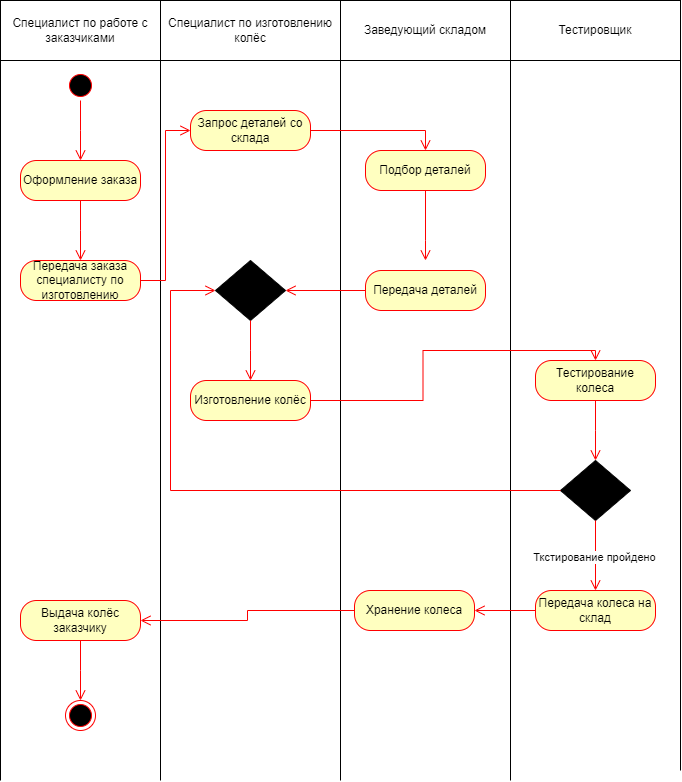
This is деятельность.png from Involuntar/Test, a draw.io export, as it was before one commit. Source tidied: cells renumbered, new cells last; positions are measured from the earlier drawing's top-left corner, leaving out a move shared by most shapes. Source of this version:
```xml
<mxGraphModel>
  <root>
    <mxCell id="0" />
    <mxCell id="1" parent="0" />
    <mxCell id="2" value="Специалист по работе с заказчиками" style="rounded=0;whiteSpace=wrap;html=1;" parent="1" vertex="1">
      <mxGeometry width="160" height="60" as="geometry" />
    </mxCell>
    <mxCell id="3" value="Специалист по изготовлению колёс" style="rounded=0;whiteSpace=wrap;html=1;" parent="1" vertex="1">
      <mxGeometry x="160" width="180" height="60" as="geometry" />
    </mxCell>
    <mxCell id="4" value="Заведующий складом" style="rounded=0;whiteSpace=wrap;html=1;" parent="1" vertex="1">
      <mxGeometry x="340" width="170" height="60" as="geometry" />
    </mxCell>
    <mxCell id="5" value="Тестировщик" style="rounded=0;whiteSpace=wrap;html=1;" parent="1" vertex="1">
      <mxGeometry x="510" width="170" height="60" as="geometry" />
    </mxCell>
    <mxCell id="6" style="endArrow=none;html=1;rounded=0;entryX=0;entryY=1;entryDx=0;entryDy=0;" parent="1" edge="1" target="3">
      <mxGeometry relative="1" as="geometry">
        <mxPoint x="160" y="780" as="sourcePoint" />
      </mxGeometry>
    </mxCell>
    <mxCell id="7" style="endArrow=none;html=1;rounded=0;entryX=0;entryY=1;entryDx=0;entryDy=0;" parent="1" edge="1" target="2">
      <mxGeometry relative="1" as="geometry">
        <mxPoint y="780" as="sourcePoint" />
      </mxGeometry>
    </mxCell>
    <mxCell id="8" style="endArrow=none;html=1;rounded=0;entryX=0;entryY=1;entryDx=0;entryDy=0;" parent="1" edge="1" target="4">
      <mxGeometry relative="1" as="geometry">
        <mxPoint x="340" y="780" as="sourcePoint" />
      </mxGeometry>
    </mxCell>
    <mxCell id="9" style="endArrow=none;html=1;rounded=0;entryX=0;entryY=1;entryDx=0;entryDy=0;" parent="1" edge="1" target="5">
      <mxGeometry relative="1" as="geometry">
        <mxPoint x="510" y="780" as="sourcePoint" />
      </mxGeometry>
    </mxCell>
    <mxCell id="10" style="endArrow=none;html=1;rounded=0;entryX=1;entryY=1;entryDx=0;entryDy=0;" parent="1" edge="1" target="5">
      <mxGeometry relative="1" as="geometry">
        <mxPoint x="680" y="770" as="sourcePoint" />
      </mxGeometry>
    </mxCell>
    <mxCell id="11" style="ellipse;html=1;shape=startState;fillColor=#000000;strokeColor=#ff0000;" parent="1" vertex="1">
      <mxGeometry x="65" y="70" width="30" height="30" as="geometry" />
    </mxCell>
    <mxCell id="12" style="edgeStyle=orthogonalEdgeStyle;html=1;verticalAlign=bottom;endArrow=open;endSize=8;strokeColor=#ff0000;rounded=0;" parent="1" edge="1" source="11">
      <mxGeometry relative="1" as="geometry">
        <mxPoint x="80" y="160" as="targetPoint" />
      </mxGeometry>
    </mxCell>
    <mxCell id="13" value="Оформление заказа" style="rounded=1;whiteSpace=wrap;html=1;arcSize=40;fontColor=#000000;fillColor=#ffffc0;strokeColor=#ff0000;" parent="1" vertex="1">
      <mxGeometry x="20" y="160" width="120" height="40" as="geometry" />
    </mxCell>
    <mxCell id="14" style="edgeStyle=orthogonalEdgeStyle;html=1;verticalAlign=bottom;endArrow=open;endSize=8;strokeColor=#ff0000;rounded=0;" parent="1" edge="1" source="13">
      <mxGeometry relative="1" as="geometry">
        <mxPoint x="80" y="260" as="targetPoint" />
      </mxGeometry>
    </mxCell>
    <mxCell id="15" value="Передача заказа специалисту по изготовлению" style="rounded=1;whiteSpace=wrap;html=1;arcSize=40;fontColor=#000000;fillColor=#ffffc0;strokeColor=#ff0000;" parent="1" vertex="1">
      <mxGeometry x="20" y="260" width="120" height="40" as="geometry" />
    </mxCell>
    <mxCell id="16" style="edgeStyle=orthogonalEdgeStyle;html=1;verticalAlign=bottom;endArrow=open;endSize=8;strokeColor=#ff0000;rounded=0;entryX=0;entryY=0.5;entryDx=0;entryDy=0;" parent="1" edge="1" source="15" target="17">
      <mxGeometry relative="1" as="geometry" />
    </mxCell>
    <mxCell id="17" value="Запрос деталей со склада" style="rounded=1;whiteSpace=wrap;html=1;arcSize=40;fontColor=#000000;fillColor=#ffffc0;strokeColor=#ff0000;" parent="1" vertex="1">
      <mxGeometry x="190" y="110" width="120" height="40" as="geometry" />
    </mxCell>
    <mxCell id="18" style="edgeStyle=orthogonalEdgeStyle;html=1;verticalAlign=bottom;endArrow=open;endSize=8;strokeColor=#ff0000;rounded=0;entryX=0.5;entryY=0;entryDx=0;entryDy=0;" parent="1" edge="1" source="17" target="19">
      <mxGeometry relative="1" as="geometry" />
    </mxCell>
    <mxCell id="19" value="Подбор деталей" style="rounded=1;whiteSpace=wrap;html=1;arcSize=40;fontColor=#000000;fillColor=#ffffc0;strokeColor=#ff0000;" parent="1" vertex="1">
      <mxGeometry x="365" y="150" width="120" height="40" as="geometry" />
    </mxCell>
    <mxCell id="20" style="edgeStyle=orthogonalEdgeStyle;html=1;verticalAlign=bottom;endArrow=open;endSize=8;strokeColor=#ff0000;rounded=0;" parent="1" edge="1" source="19">
      <mxGeometry relative="1" as="geometry">
        <mxPoint x="425" y="260" as="targetPoint" />
        <Array as="points">
          <mxPoint x="425" y="240" />
          <mxPoint x="425" y="240" />
        </Array>
      </mxGeometry>
    </mxCell>
    <mxCell id="21" value="Передача деталей" style="rounded=1;whiteSpace=wrap;html=1;arcSize=40;fontColor=#000000;fillColor=#ffffc0;strokeColor=#ff0000;" parent="1" vertex="1">
      <mxGeometry x="365" y="270" width="120" height="40" as="geometry" />
    </mxCell>
    <mxCell id="22" style="edgeStyle=orthogonalEdgeStyle;html=1;verticalAlign=bottom;endArrow=open;endSize=8;strokeColor=#ff0000;rounded=0;entryX=1;entryY=0.5;entryDx=0;entryDy=0;" parent="1" edge="1" source="21" target="23">
      <mxGeometry relative="1" as="geometry" />
    </mxCell>
    <mxCell id="23" style="rhombus;whiteSpace=wrap;html=1;fillColor=#000000;" parent="1" vertex="1">
      <mxGeometry x="215" y="260" width="70" height="60" as="geometry" />
    </mxCell>
    <mxCell id="24" style="edgeStyle=orthogonalEdgeStyle;html=1;verticalAlign=bottom;endArrow=open;endSize=8;strokeColor=#ff0000;rounded=0;exitX=0.5;exitY=1;exitDx=0;exitDy=0;" parent="1" edge="1" source="23">
      <mxGeometry relative="1" as="geometry">
        <mxPoint x="250" y="380" as="targetPoint" />
      </mxGeometry>
    </mxCell>
    <mxCell id="25" value="Изготовление колёс" style="rounded=1;whiteSpace=wrap;html=1;arcSize=40;fontColor=#000000;fillColor=#ffffc0;strokeColor=#ff0000;" parent="1" vertex="1">
      <mxGeometry x="190" y="380" width="120" height="40" as="geometry" />
    </mxCell>
    <mxCell id="26" style="edgeStyle=orthogonalEdgeStyle;html=1;verticalAlign=bottom;endArrow=open;endSize=8;strokeColor=#ff0000;rounded=0;entryX=0.5;entryY=0;entryDx=0;entryDy=0;" parent="1" edge="1" source="25" target="27">
      <mxGeometry relative="1" as="geometry" />
    </mxCell>
    <mxCell id="27" value="Тестирование колеса" style="rounded=1;whiteSpace=wrap;html=1;arcSize=40;fontColor=#000000;fillColor=#ffffc0;strokeColor=#ff0000;" parent="1" vertex="1">
      <mxGeometry x="535" y="360" width="120" height="40" as="geometry" />
    </mxCell>
    <mxCell id="28" style="edgeStyle=orthogonalEdgeStyle;html=1;verticalAlign=bottom;endArrow=open;endSize=8;strokeColor=#ff0000;rounded=0;" parent="1" edge="1" source="27">
      <mxGeometry relative="1" as="geometry">
        <mxPoint x="595" y="460" as="targetPoint" />
      </mxGeometry>
    </mxCell>
    <mxCell id="29" style="rhombus;whiteSpace=wrap;html=1;fillColor=#000000;" parent="1" vertex="1">
      <mxGeometry x="560" y="460" width="70" height="60" as="geometry" />
    </mxCell>
    <mxCell id="30" style="edgeStyle=orthogonalEdgeStyle;html=1;verticalAlign=bottom;endArrow=open;endSize=8;strokeColor=#ff0000;rounded=0;exitX=0;exitY=0.5;exitDx=0;exitDy=0;entryX=0;entryY=0.5;entryDx=0;entryDy=0;" parent="1" edge="1" source="29" target="23">
      <mxGeometry relative="1" as="geometry">
        <Array as="points">
          <mxPoint x="170" y="490" />
          <mxPoint x="170" y="290" />
        </Array>
      </mxGeometry>
    </mxCell>
    <mxCell id="31" style="edgeStyle=orthogonalEdgeStyle;html=1;verticalAlign=bottom;endArrow=open;endSize=8;strokeColor=#ff0000;rounded=0;exitX=0.5;exitY=1;exitDx=0;exitDy=0;" parent="1" edge="1" source="29">
      <mxGeometry relative="1" as="geometry">
        <mxPoint x="595" y="590" as="targetPoint" />
      </mxGeometry>
    </mxCell>
    <mxCell id="32" value="Ткстирование пройдено" style="edgeLabel;html=1;align=center;verticalAlign=middle;" parent="31" vertex="1">
      <mxGeometry x="-0.01" y="-2" relative="1" as="geometry">
        <mxPoint x="-2" y="-1" as="offset" />
      </mxGeometry>
    </mxCell>
    <mxCell id="33" value="Передача колеса на склад" style="rounded=1;whiteSpace=wrap;html=1;arcSize=40;fontColor=#000000;fillColor=#ffffc0;strokeColor=#ff0000;" parent="1" vertex="1">
      <mxGeometry x="535" y="590" width="120" height="40" as="geometry" />
    </mxCell>
    <mxCell id="34" style="edgeStyle=orthogonalEdgeStyle;html=1;verticalAlign=bottom;endArrow=open;endSize=8;strokeColor=#ff0000;rounded=0;entryX=1;entryY=0.5;entryDx=0;entryDy=0;" parent="1" edge="1" source="33" target="35">
      <mxGeometry relative="1" as="geometry" />
    </mxCell>
    <mxCell id="35" value="Хранение колеса" style="rounded=1;whiteSpace=wrap;html=1;arcSize=40;fontColor=#000000;fillColor=#ffffc0;strokeColor=#ff0000;" parent="1" vertex="1">
      <mxGeometry x="354" y="590" width="120" height="40" as="geometry" />
    </mxCell>
    <mxCell id="36" style="edgeStyle=orthogonalEdgeStyle;html=1;verticalAlign=bottom;endArrow=open;endSize=8;strokeColor=#ff0000;rounded=0;entryX=1;entryY=0.5;entryDx=0;entryDy=0;" parent="1" edge="1" source="35" target="37">
      <mxGeometry relative="1" as="geometry" />
    </mxCell>
    <mxCell id="37" value="Выдача колёс заказчику" style="rounded=1;whiteSpace=wrap;html=1;arcSize=40;fontColor=#000000;fillColor=#ffffc0;strokeColor=#ff0000;" parent="1" vertex="1">
      <mxGeometry x="20" y="600" width="120" height="40" as="geometry" />
    </mxCell>
    <mxCell id="38" style="edgeStyle=orthogonalEdgeStyle;html=1;verticalAlign=bottom;endArrow=open;endSize=8;strokeColor=#ff0000;rounded=0;" parent="1" edge="1" source="37">
      <mxGeometry relative="1" as="geometry">
        <mxPoint x="80" y="700" as="targetPoint" />
      </mxGeometry>
    </mxCell>
    <mxCell id="39" style="ellipse;html=1;shape=endState;fillColor=#000000;strokeColor=#ff0000;" parent="1" vertex="1">
      <mxGeometry x="65" y="700" width="30" height="30" as="geometry" />
    </mxCell>
  </root>
</mxGraphModel>
```
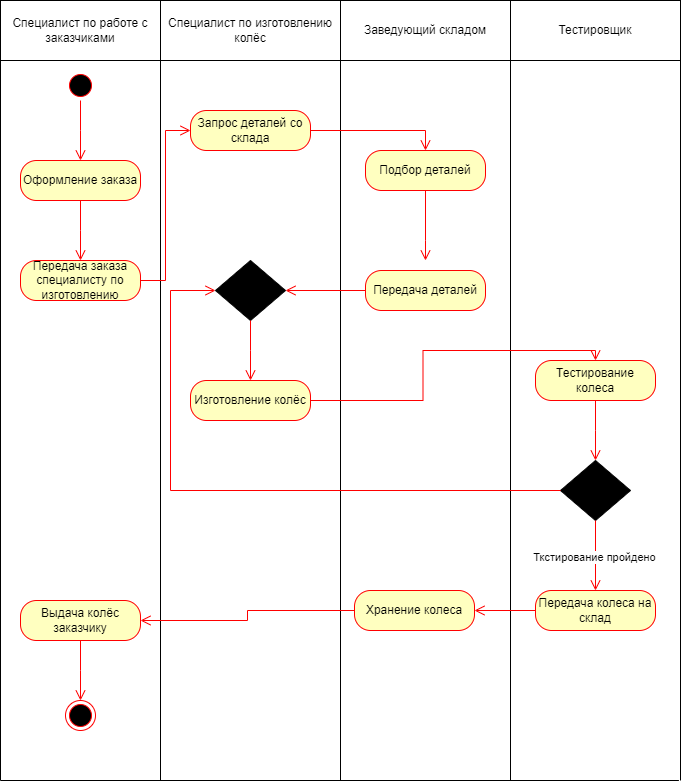
The same diagram one commit later.

The edit, as a diff of the source:
```diff
@@ -36,7 +36,7 @@
     </mxCell>
     <mxCell id="10" style="endArrow=none;html=1;rounded=0;entryX=1;entryY=1;entryDx=0;entryDy=0;" parent="1" edge="1" target="5">
       <mxGeometry relative="1" as="geometry">
-        <mxPoint x="680" y="770" as="sourcePoint" />
+        <mxPoint x="680" y="780" as="sourcePoint" />
       </mxGeometry>
     </mxCell>
     <mxCell id="11" style="ellipse;html=1;shape=startState;fillColor=#000000;strokeColor=#ff0000;" parent="1" vertex="1">
@@ -151,5 +151,11 @@
     <mxCell id="39" style="ellipse;html=1;shape=endState;fillColor=#000000;strokeColor=#ff0000;" parent="1" vertex="1">
       <mxGeometry x="65" y="700" width="30" height="30" as="geometry" />
     </mxCell>
+    <mxCell id="40" style="endArrow=none;html=1;rounded=0;" parent="1" edge="1">
+      <mxGeometry relative="1" as="geometry">
+        <mxPoint y="780" as="sourcePoint" />
+        <mxPoint x="678.4" y="780" as="targetPoint" />
+      </mxGeometry>
+    </mxCell>
   </root>
 </mxGraphModel>
```
